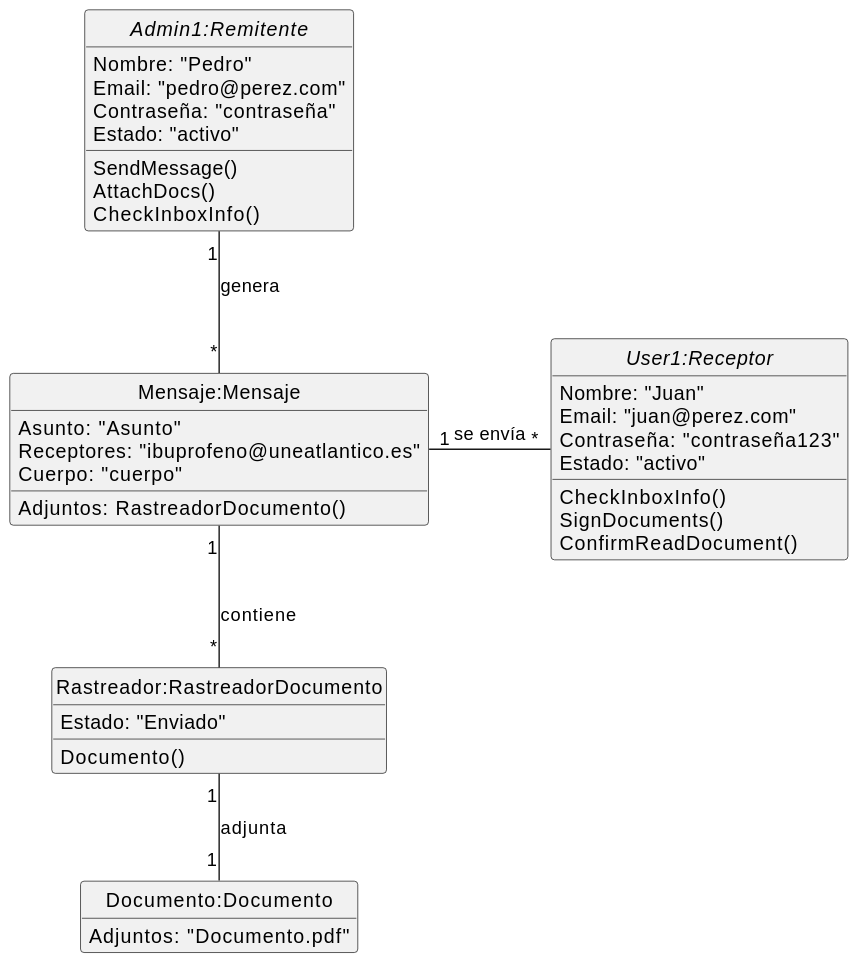
The PlantUML diagram docs/modeloDeDominio/diagramaDeObjetos/diagramaDeObjetosIteracion1.svg in mmasias/24-25-IdSw1-SDR, before a commit.
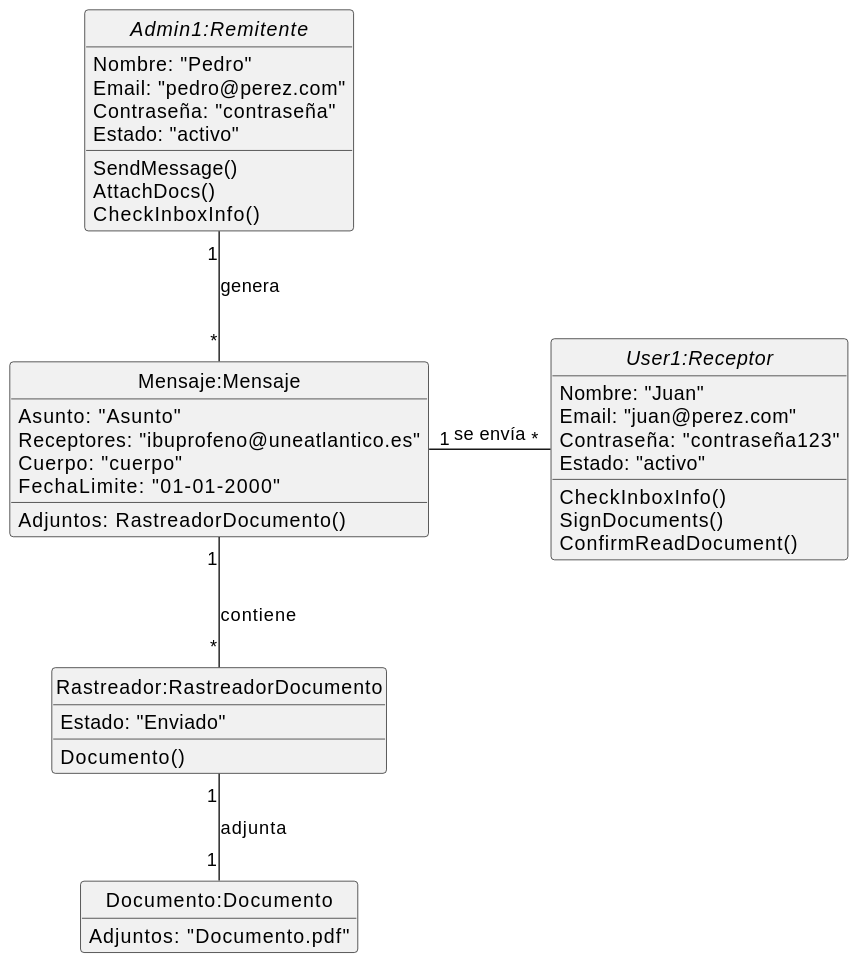
The same file after the commit.

Diff of the diagram source:
```diff
@@ -15,6 +15,7 @@
     Asunto: "Asunto"
     Receptores: "ibuprofeno@uneatlantico.es"
     Cuerpo: "cuerpo"
+    FechaLimite: "01-01-2000"
     Adjuntos: RastreadorDocumento()
 }
 
```
